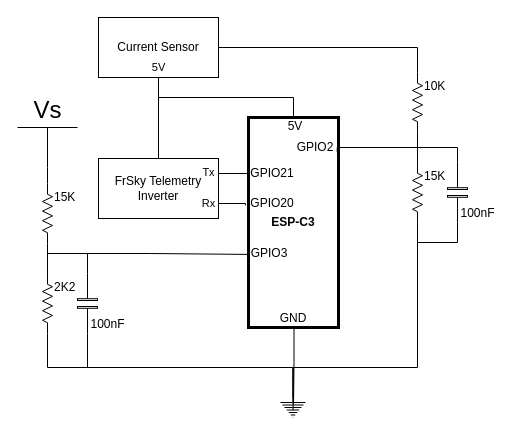
Above: schamtics/ESP32-C3 Smartport Telemetry Hub.drawio.drawio in mace04/ESP32C3-SmartPortTelemetry (draw.io), before the change. Source tidied: cells renumbered, new cells numbered last; positions are measured from the earlier drawing's top-left corner, leaving out a move shared by most shapes. Both pictures are drawn from the tidied source at 100%, with x=0, y=0 at pixel (17, 17).
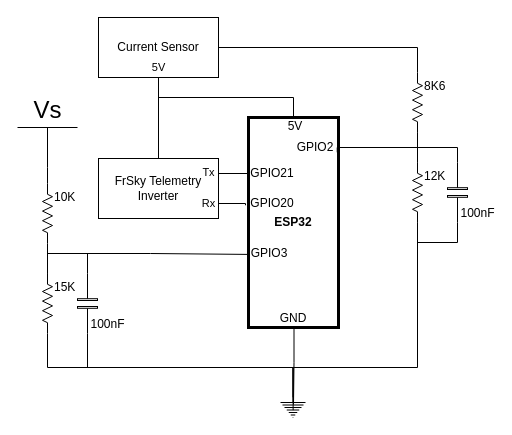
The same diagram, later.

Commit message:
Updated voltage divider for current sensor to ESP32 to drop voltage from 5.5V to 3.3V signal

What changed in the source:
```diff
@@
-    <mxCell id="4" value="&lt;b&gt;ESP-C3&lt;/b&gt;" style="rounded=0;whiteSpace=wrap;html=1;strokeWidth=3;" parent="1" vertex="1">
+    <mxCell id="4" value="&lt;b&gt;ESP32&lt;/b&gt;" style="rounded=0;whiteSpace=wrap;html=1;strokeWidth=3;" parent="1" vertex="1">
       <mxGeometry x="231" y="100" width="90" height="210" as="geometry" />
     </mxCell>
-    <mxCell id="5" value="15K" style="verticalLabelPosition=bottom;shadow=0;dashed=0;align=left;html=1;verticalAlign=top;shape=mxgraph.electrical.resistors.resistor_2;rotation=90;horizontal=0;" parent="1" vertex="1">
+    <mxCell id="5" value="12K" style="verticalLabelPosition=bottom;shadow=0;dashed=0;align=left;html=1;verticalAlign=top;shape=mxgraph.electrical.resistors.resistor_2;rotation=90;horizontal=0;" parent="1" vertex="1">
       <mxGeometry x="370" y="170" width="60" height="10" as="geometry" />
     </mxCell>
@@
-    <mxCell id="12" value="10K" style="verticalLabelPosition=bottom;shadow=0;dashed=0;align=left;html=1;verticalAlign=top;shape=mxgraph.electrical.resistors.resistor_2;rotation=90;horizontal=0;" parent="1" vertex="1">
+    <mxCell id="12" value="8K6" style="verticalLabelPosition=bottom;shadow=0;dashed=0;align=left;html=1;verticalAlign=top;shape=mxgraph.electrical.resistors.resistor_2;rotation=90;horizontal=0;" parent="1" vertex="1">
       <mxGeometry x="370" y="80" width="60" height="10" as="geometry" />
     </mxCell>
@@
-    <mxCell id="24" value="2K2" style="verticalLabelPosition=bottom;shadow=0;dashed=0;align=left;html=1;verticalAlign=top;shape=mxgraph.electrical.resistors.resistor_2;rotation=90;horizontal=0;" parent="1" vertex="1">
+    <mxCell id="24" value="15K" style="verticalLabelPosition=bottom;shadow=0;dashed=0;align=left;html=1;verticalAlign=top;shape=mxgraph.electrical.resistors.resistor_2;rotation=90;horizontal=0;" parent="1" vertex="1">
       <mxGeometry y="281" width="60" height="10" as="geometry" />
     </mxCell>
-    <mxCell id="25" value="15K" style="verticalLabelPosition=bottom;shadow=0;dashed=0;align=left;html=1;verticalAlign=top;shape=mxgraph.electrical.resistors.resistor_2;rotation=90;horizontal=0;" parent="1" vertex="1">
+    <mxCell id="25" value="10K" style="verticalLabelPosition=bottom;shadow=0;dashed=0;align=left;html=1;verticalAlign=top;shape=mxgraph.electrical.resistors.resistor_2;rotation=90;horizontal=0;" parent="1" vertex="1">
       <mxGeometry y="191" width="60" height="10" as="geometry" />
     </mxCell>
```
